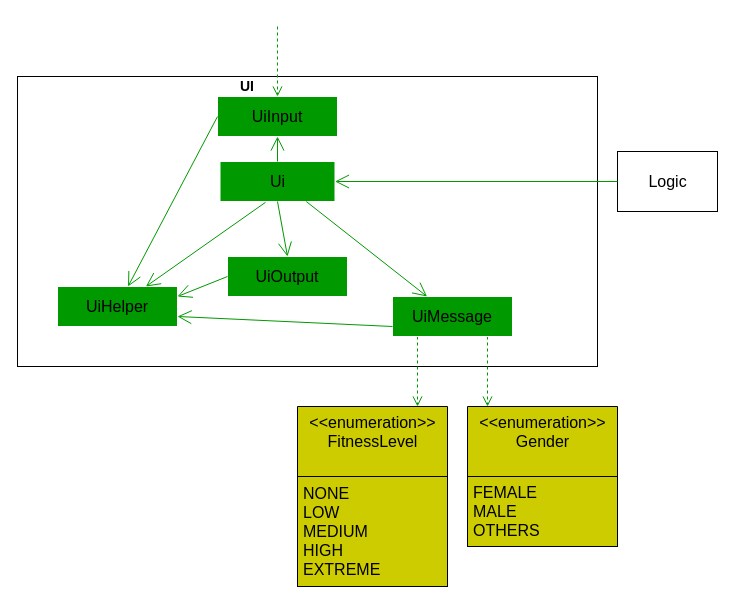
The draw.io diagram docs/diagrams/UiComponent.drawio in nus-cs2113-AY2021S1/tp, before the edit. Source tidied: cells renumbered, new cells numbered last; positions are measured from the earlier drawing's top-left corner, leaving out a move shared by most shapes. Both pictures are drawn from the tidied source at 100%, with x=0, y=0 at pixel (17, 26).
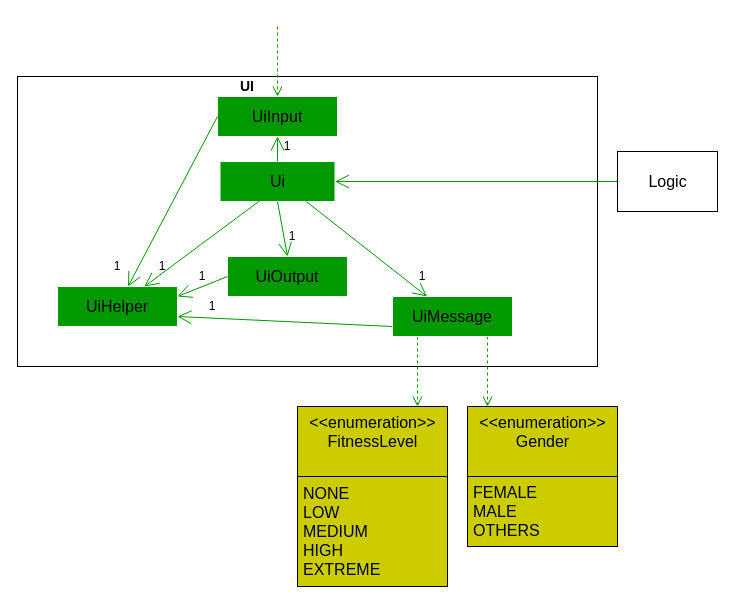
The same page after the edit.

Commit message (it also covers changes not shown here):
Update multiplicities in the diagram

The change refers to these unchanged cells:
```xml
<mxCell id="3" value="&lt;font style=&quot;font-size: 16px&quot;&gt;Ui&lt;/font&gt;" style="html=1;fillColor=#009900;shadow=0;strokeColor=#FFFFFF;" parent="1" vertex="1">
  <mxGeometry x="202.5" y="135" width="115" height="40" as="geometry" />
</mxCell>
<mxCell id="9" value="&lt;font style=&quot;font-size: 16px&quot;&gt;UiHelper&lt;/font&gt;" style="rounded=0;whiteSpace=wrap;html=1;fillColor=#009900;strokeColor=#FFFFFF;" parent="1" vertex="1">
  <mxGeometry x="40" y="260" width="120" height="40" as="geometry" />
</mxCell>
```

The edit, as a diff of the source:
```diff
@@
-    <mxCell id="18" style="endArrow=open;endFill=1;endSize=12;html=1;exitX=0.396;exitY=1.02;exitDx=0;exitDy=0;exitPerimeter=0;strokeColor=#009900;" parent="1" edge="1" source="3" target="9">
-      <mxGeometry relative="1" as="geometry" />
+    <mxCell id="18" style="endArrow=open;endFill=1;endSize=12;html=1;strokeColor=#009900;" parent="1" edge="1" target="9">
+      <mxGeometry relative="1" as="geometry">
+        <mxPoint x="248" y="170" as="sourcePoint" />
+      </mxGeometry>
     </mxCell>
@@
+    <mxCell id="25" value="1" style="text;html=1;strokeColor=none;fillColor=none;align=center;verticalAlign=middle;whiteSpace=wrap;rounded=0;" parent="1" vertex="1">
+      <mxGeometry x="85" y="230" width="30" height="20" as="geometry" />
+    </mxCell>
+    <mxCell id="26" value="1" style="text;html=1;strokeColor=none;fillColor=none;align=center;verticalAlign=middle;whiteSpace=wrap;rounded=0;" parent="1" vertex="1">
+      <mxGeometry x="130" y="230" width="30" height="20" as="geometry" />
+    </mxCell>
+    <mxCell id="27" value="1" style="text;html=1;strokeColor=none;fillColor=none;align=center;verticalAlign=middle;whiteSpace=wrap;rounded=0;" parent="1" vertex="1">
+      <mxGeometry x="170" y="240" width="30" height="20" as="geometry" />
+    </mxCell>
+    <mxCell id="28" value="1" style="text;html=1;strokeColor=none;fillColor=none;align=center;verticalAlign=middle;whiteSpace=wrap;rounded=0;" parent="1" vertex="1">
+      <mxGeometry x="180" y="270" width="30" height="20" as="geometry" />
+    </mxCell>
+    <mxCell id="29" value="1" style="text;html=1;strokeColor=none;fillColor=none;align=center;verticalAlign=middle;whiteSpace=wrap;rounded=0;" parent="1" vertex="1">
+      <mxGeometry x="390" y="240" width="30" height="20" as="geometry" />
+    </mxCell>
+    <mxCell id="30" value="1" style="text;html=1;strokeColor=none;fillColor=none;align=center;verticalAlign=middle;whiteSpace=wrap;rounded=0;" parent="1" vertex="1">
+      <mxGeometry x="255" y="110" width="30" height="20" as="geometry" />
+    </mxCell>
+    <mxCell id="31" value="1" style="text;html=1;strokeColor=none;fillColor=none;align=center;verticalAlign=middle;whiteSpace=wrap;rounded=0;" parent="1" vertex="1">
+      <mxGeometry x="260" y="200" width="30" height="20" as="geometry" />
+    </mxCell>
```
